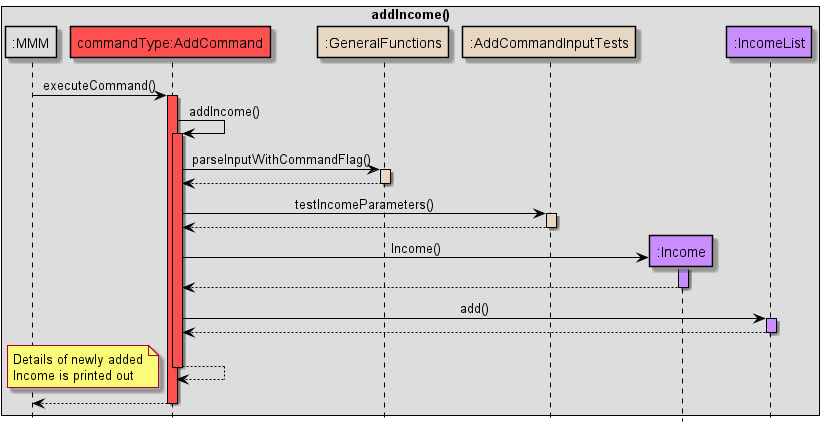
nus-cs2113-AY2122S2/tp keeps this PlantUML diagram as docs/images/AddIncomeSequenceDiagram.png. Above is the earlier version.
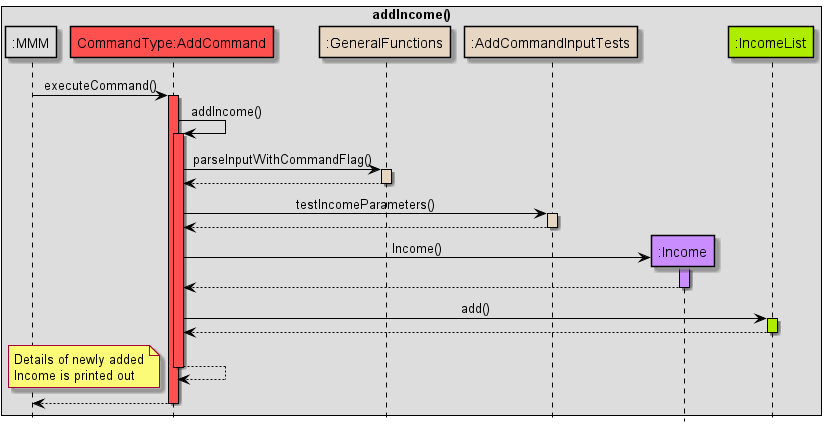
After the commit.

Change to the diagram source:
```diff
@@ -13,11 +13,11 @@
 
 box addIncome()
 participant ":MMM" as MMM MMM_COLOUR
-participant "commandType:AddCommand" as C COMMANDS_COLOUR
+participant "CommandType:AddCommand" as C COMMANDS_COLOUR
 participant ":GeneralFunctions" as GF HELPER_COLOUR
 participant ":AddCommandInputTests" as IT HELPER_COLOUR
 participant ":Income" as I USERFINANCIAL_COLOUR
-participant ":IncomeList" as IL USERFINANCIAL_COLOUR
+participant ":IncomeList" as IL DATA_COLOUR
 end box
 
 MMM -> C: executeCommand()
@@ -45,7 +45,7 @@
 deactivate
 
 C -> IL: add()
-activate IL USERFINANCIAL_COLOUR
+activate IL DATA_COLOUR
 IL --> C
 deactivate
 
```
